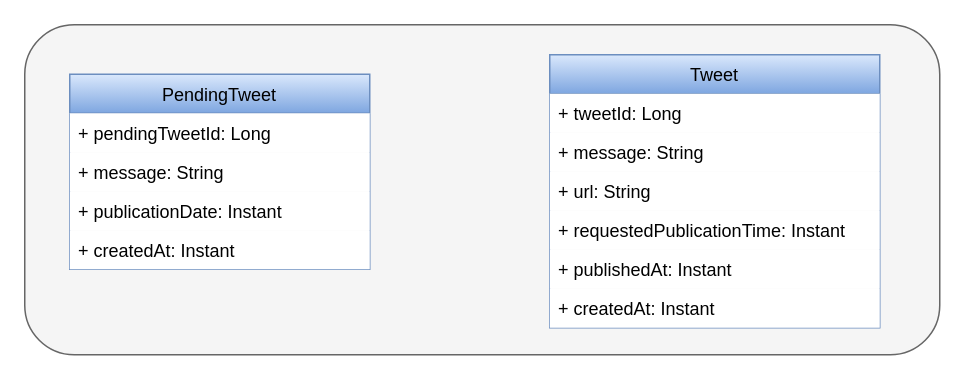
Earlier version of the draw.io diagram diagrams/domain/domain-initial.drawio (david-rojo/tfm-twitter-scheduler-tips). Source tidied: cells renumbered, new cells numbered last; positions are measured from the earlier drawing's top-left corner, leaving out a move shared by most shapes. Both pictures are drawn from the tidied source at 150%, with x=0, y=0 at pixel (24, 24).
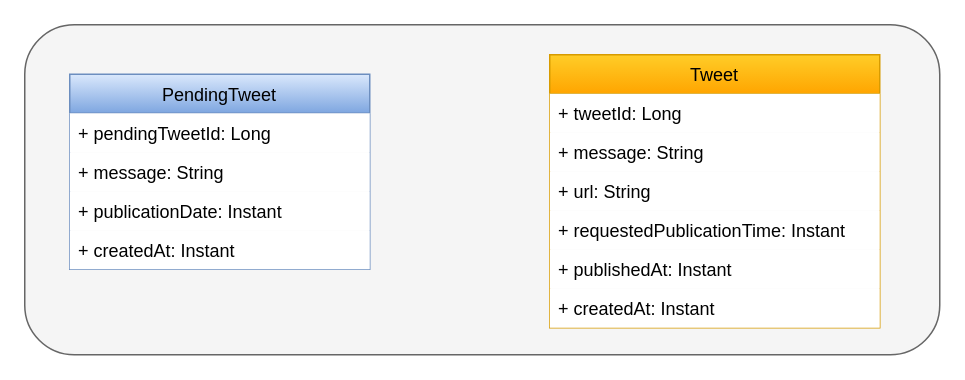
After the change.

Commit message (it also covers changes not shown here):
add db and domain updated diagrams

Diff of the diagram source:
```diff
@@
 <mxGraphModel>
   <root>
     <mxCell id="0" />
     <mxCell id="1" parent="0" />
     <mxCell id="2" style="rounded=1;whiteSpace=wrap;html=1;fillColor=#f5f5f5;fontColor=#333333;strokeColor=#666666;" parent="1" vertex="1">
       <mxGeometry width="610" height="220" as="geometry" />
     </mxCell>
     <mxCell id="3" value="PendingTweet" style="swimlane;fontStyle=0;horizontal=1;startSize=26;fillColor=#dae8fc;strokeColor=#6c8ebf;gradientColor=#7ea6e0;" parent="1" vertex="1">
       <mxGeometry x="30" y="33" width="200" height="130" as="geometry" />
     </mxCell>
     <mxCell id="4" value="+ pendingTweetId: Long" style="text;strokeColor=none;fillColor=default;align=left;verticalAlign=top;spacingLeft=4;spacingRight=4;overflow=hidden;" parent="3" vertex="1">
       <mxGeometry y="26" width="200" height="26" as="geometry" />
     </mxCell>
     <mxCell id="5" value="+ message: String" style="text;strokeColor=none;fillColor=default;align=left;verticalAlign=top;spacingLeft=4;spacingRight=4;overflow=hidden;" parent="3" vertex="1">
       <mxGeometry y="52" width="200" height="26" as="geometry" />
     </mxCell>
     <mxCell id="6" value="+ publicationDate: Instant" style="text;strokeColor=none;fillColor=default;align=left;verticalAlign=top;spacingLeft=4;spacingRight=4;overflow=hidden;" parent="3" vertex="1">
       <mxGeometry y="78" width="200" height="26" as="geometry" />
     </mxCell>
     <mxCell id="7" value="+ createdAt: Instant" style="text;strokeColor=none;fillColor=default;align=left;verticalAlign=top;spacingLeft=4;spacingRight=4;overflow=hidden;" parent="3" vertex="1">
       <mxGeometry y="104" width="200" height="26" as="geometry" />
     </mxCell>
-    <mxCell id="8" value="Tweet" style="swimlane;fontStyle=0;horizontal=1;startSize=26;fillColor=#dae8fc;strokeColor=#6c8ebf;gradientColor=#7ea6e0;" parent="1" vertex="1">
+    <mxCell id="8" value="Tweet" style="swimlane;fontStyle=0;horizontal=1;startSize=26;fillColor=#ffcd28;strokeColor=#d79b00;gradientColor=#ffa500;" parent="1" vertex="1">
       <mxGeometry x="350" y="20" width="220" height="182" as="geometry" />
     </mxCell>
     <mxCell id="9" value="+ tweetId: Long" style="text;align=left;verticalAlign=top;spacingLeft=4;spacingRight=4;overflow=hidden;fillColor=default;" parent="8" vertex="1">
       <mxGeometry y="26" width="220" height="26" as="geometry" />
     </mxCell>
     <mxCell id="10" value="+ message: String" style="text;strokeColor=none;fillColor=default;align=left;verticalAlign=top;spacingLeft=4;spacingRight=4;overflow=hidden;" parent="8" vertex="1">
       <mxGeometry y="52" width="220" height="26" as="geometry" />
     </mxCell>
     <mxCell id="11" value="+ url: String" style="text;strokeColor=none;fillColor=default;align=left;verticalAlign=top;spacingLeft=4;spacingRight=4;overflow=hidden;" parent="8" vertex="1">
       <mxGeometry y="78" width="220" height="26" as="geometry" />
     </mxCell>
     <mxCell id="12" value="+ requestedPublicationTime: Instant" style="text;strokeColor=none;fillColor=default;align=left;verticalAlign=top;spacingLeft=4;spacingRight=4;overflow=hidden;" parent="8" vertex="1">
       <mxGeometry y="104" width="220" height="26" as="geometry" />
     </mxCell>
     <mxCell id="13" value="+ publishedAt: Instant" style="text;strokeColor=none;fillColor=default;align=left;verticalAlign=top;spacingLeft=4;spacingRight=4;overflow=hidden;" parent="8" vertex="1">
       <mxGeometry y="130" width="220" height="26" as="geometry" />
     </mxCell>
     <mxCell id="14" value="+ createdAt: Instant" style="text;strokeColor=none;fillColor=default;align=left;verticalAlign=top;spacingLeft=4;spacingRight=4;overflow=hidden;" parent="8" vertex="1">
       <mxGeometry y="156" width="220" height="26" as="geometry" />
     </mxCell>
   </root>
 </mxGraphModel>
```
